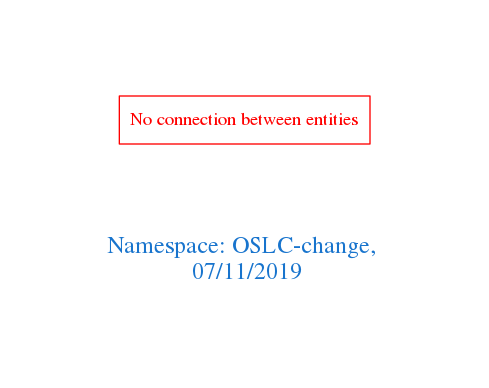
Above: downloads/OSLC-change.png in arago/OGIT (Graphviz), before the change. Its source is kept beside it as downloads/OSLC-change.dot.
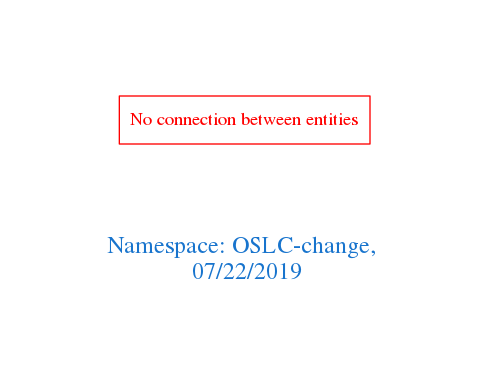
After the change.

Change to the diagram source:
```diff
@@ -1,7 +1,7 @@
 digraph OGIT_ontology {
  graph [ rankdir= LR,pad=1
 fontsize = 18,
-fontcolor= dodgerblue3,label = "\n\n\nNamespace: OSLC-change, \n 07/11/2019"];
+fontcolor= dodgerblue3,label = "\n\n\nNamespace: OSLC-change, \n 07/22/2019"];
 node[shape=polygon];
 edge [  color="gray81"];
 
```
